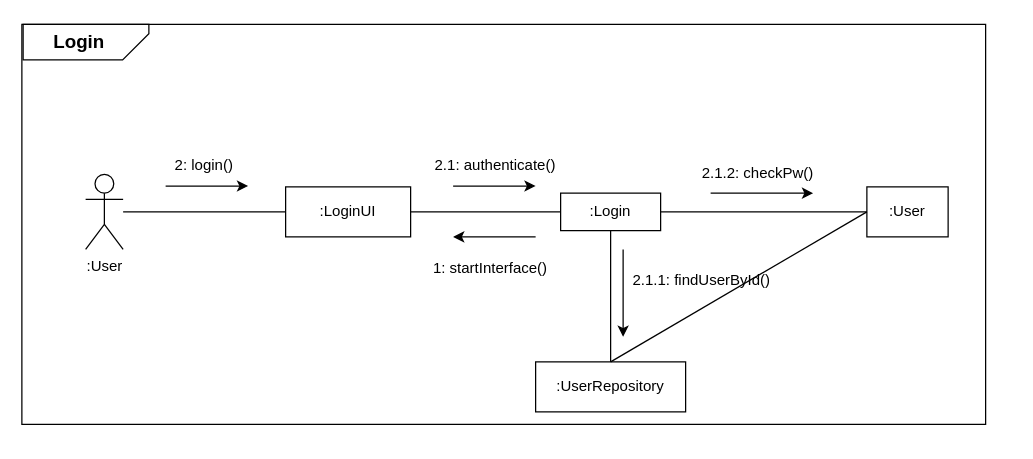
Earlier version of the draw.io diagram Login_Communication_Diagram.drawio (MODUGGAGI/homework). Source tidied: cells renumbered, new cells numbered last; positions are measured from the earlier drawing's top-left corner, leaving out a move shared by most shapes. Both pictures are drawn from the tidied source at 125%, with x=0, y=0 at pixel (21, -21).
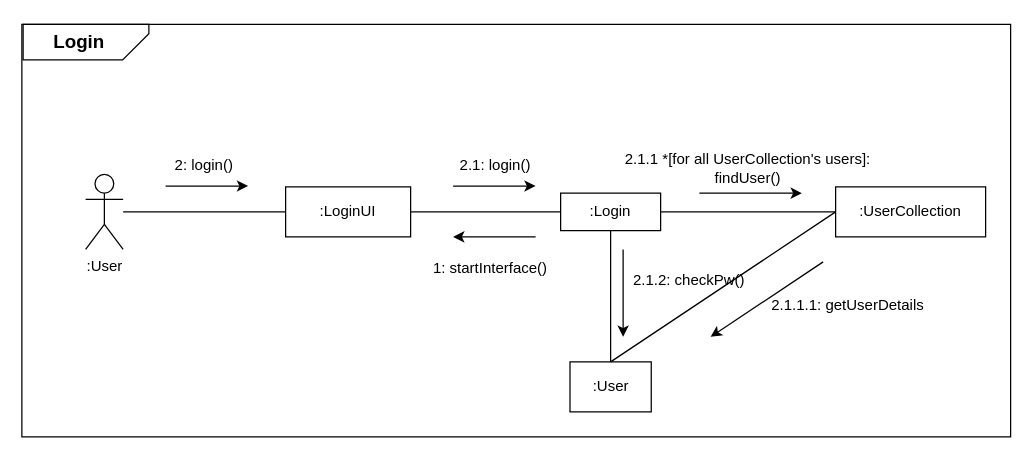
After the change.

Commit message (it also covers changes not shown here):
Communication Diagram 및 Analysis Diagram 추가

Unchanged cells that the change refers to:
```xml
<mxCell id="5" value=":Login" style="rounded=0;whiteSpace=wrap;html=1;" parent="1" vertex="1">
  <mxGeometry x="431" y="171" width="80" height="30" as="geometry" />
</mxCell>
```

Change to the diagram source:
```diff
@@
     <mxCell id="2" style="rounded=0;whiteSpace=wrap;html=1;" parent="1" vertex="1">
-      <mxGeometry y="36" width="771" height="320" as="geometry" />
+      <mxGeometry y="36" width="791" height="330" as="geometry" />
     </mxCell>
@@
-    <mxCell id="8" style="endArrow=none;html=1;rounded=0;entryX=0.5;entryY=1;entryDx=0;entryDy=0;exitX=0.5;exitY=0;exitDx=0;exitDy=0;" parent="1" edge="1" source="18" target="5">
+    <mxCell id="8" style="endArrow=none;html=1;rounded=0;entryX=1;entryY=0.5;entryDx=0;entryDy=0;exitX=0;exitY=0.5;exitDx=0;exitDy=0;" parent="1" edge="1" source="18" target="5">
       <mxGeometry relative="1" as="geometry" />
     </mxCell>
@@
-    <mxCell id="17" value="2.1: authenticate()" style="text;html=1;align=center;verticalAlign=middle;whiteSpace=wrap;rounded=0;" parent="1" vertex="1">
+    <mxCell id="17" value="2.1: login()" style="text;html=1;align=center;verticalAlign=middle;whiteSpace=wrap;rounded=0;" parent="1" vertex="1">
       <mxGeometry x="306" y="134" width="146" height="30" as="geometry" />
     </mxCell>
-    <mxCell id="18" value=":UserRepository" style="rounded=0;whiteSpace=wrap;html=1;" parent="1" vertex="1">
-      <mxGeometry x="411" y="306" width="120" height="40" as="geometry" />
+    <mxCell id="18" value=":UserCollection" style="rounded=0;whiteSpace=wrap;html=1;" parent="1" vertex="1">
+      <mxGeometry x="651" y="166" width="120" height="40" as="geometry" />
     </mxCell>
     <mxCell id="19" value=":User" style="rounded=0;whiteSpace=wrap;html=1;" parent="1" vertex="1">
-      <mxGeometry x="676" y="166" width="65" height="40" as="geometry" />
+      <mxGeometry x="438.5" y="306" width="65" height="40" as="geometry" />
     </mxCell>
-    <mxCell id="20" style="endArrow=none;html=1;rounded=0;exitX=0.5;exitY=0;exitDx=0;exitDy=0;entryX=0;entryY=0.5;entryDx=0;entryDy=0;" parent="1" edge="1" source="18" target="19">
+    <mxCell id="20" style="endArrow=none;html=1;rounded=0;exitX=0;exitY=0.5;exitDx=0;exitDy=0;entryX=0.5;entryY=0;entryDx=0;entryDy=0;" parent="1" edge="1" source="18" target="19">
       <mxGeometry relative="1" as="geometry" />
     </mxCell>
-    <mxCell id="21" style="endArrow=none;html=1;rounded=0;entryX=1;entryY=0.5;entryDx=0;entryDy=0;exitX=0;exitY=0.5;exitDx=0;exitDy=0;" parent="1" edge="1" source="19" target="5">
+    <mxCell id="21" style="endArrow=none;html=1;rounded=0;entryX=0.5;entryY=1;entryDx=0;entryDy=0;exitX=0.5;exitY=0;exitDx=0;exitDy=0;" parent="1" edge="1" source="19" target="5">
       <mxGeometry relative="1" as="geometry" />
     </mxCell>
-    <mxCell id="22" value="2.1.1: findUserById()" style="text;html=1;align=center;verticalAlign=middle;whiteSpace=wrap;rounded=0;" parent="1" vertex="1">
-      <mxGeometry x="471" y="226" width="146" height="30" as="geometry" />
+    <mxCell id="22" value="2.1.1 *[for all UserCollection's users]: findUser()" style="text;html=1;align=center;verticalAlign=middle;whiteSpace=wrap;rounded=0;" parent="1" vertex="1">
+      <mxGeometry x="471" y="136" width="220" height="30" as="geometry" />
     </mxCell>
@@
     <mxCell id="24" style="endArrow=classic;html=1;rounded=0;" parent="1" edge="1">
       <mxGeometry relative="1" as="geometry">
-        <mxPoint x="551" y="171" as="sourcePoint" />
-        <mxPoint x="633" y="171" as="targetPoint" />
+        <mxPoint x="542" y="171" as="sourcePoint" />
+        <mxPoint x="624" y="171" as="targetPoint" />
       </mxGeometry>
     </mxCell>
     <mxCell id="25" value="2.1.2: checkPw()" style="text;html=1;align=center;verticalAlign=middle;whiteSpace=wrap;rounded=0;" parent="1" vertex="1">
-      <mxGeometry x="516" y="140" width="146" height="30" as="geometry" />
+      <mxGeometry x="461" y="226" width="146" height="30" as="geometry" />
     </mxCell>
+    <mxCell id="26" style="endArrow=classic;html=1;rounded=0;" parent="1" edge="1">
+      <mxGeometry relative="1" as="geometry">
+        <mxPoint x="641" y="226" as="sourcePoint" />
+        <mxPoint x="551" y="286" as="targetPoint" />
+      </mxGeometry>
+    </mxCell>
+    <mxCell id="27" value="2.1.1.1: getUserDetails" style="text;html=1;align=center;verticalAlign=middle;whiteSpace=wrap;rounded=0;" parent="1" vertex="1">
+      <mxGeometry x="591" y="246" width="140" height="30" as="geometry" />
+    </mxCell>
```
